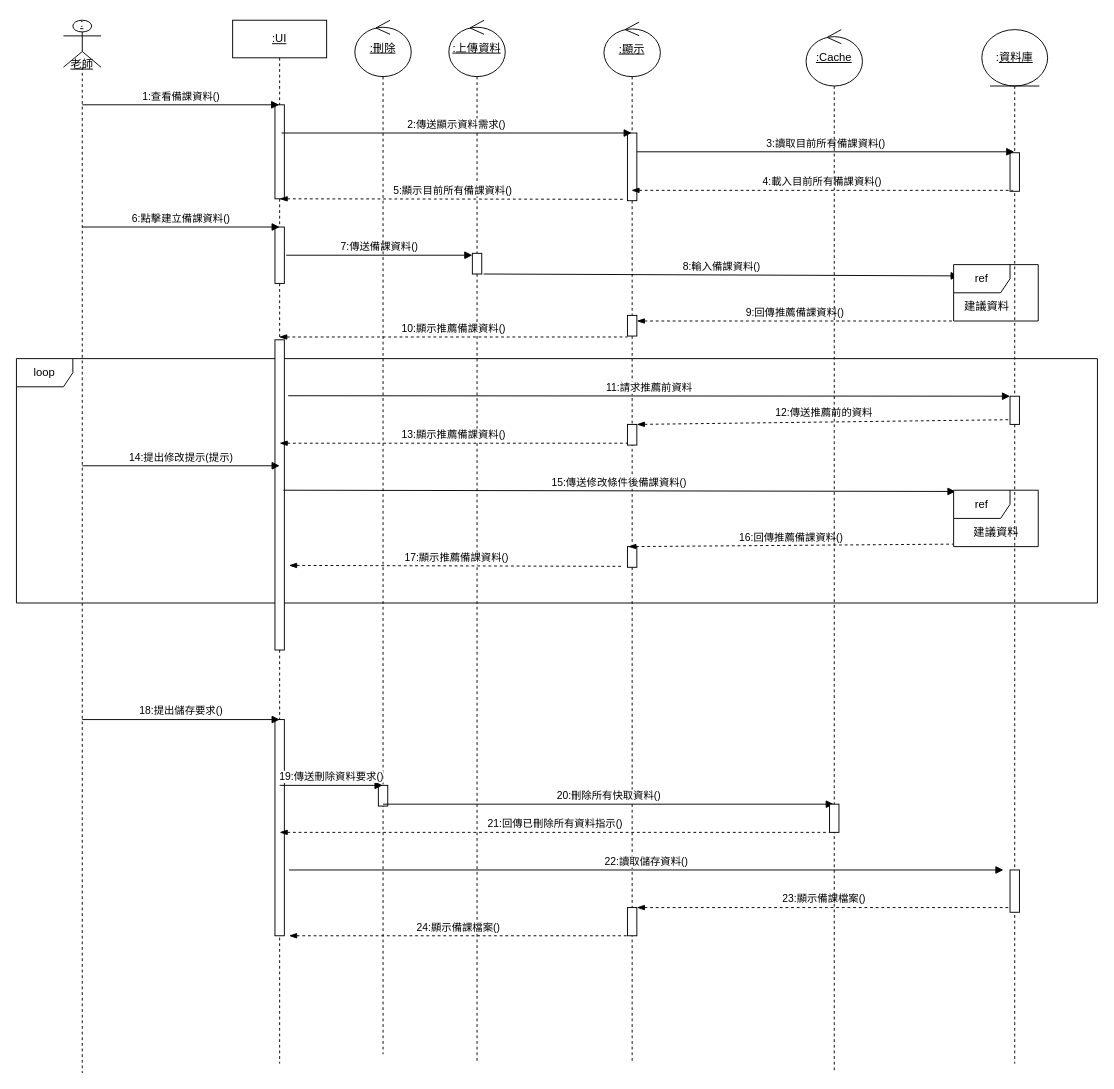
This is 循序圖(建立備課資料-AC)-new.drawio from Kevincheng0804/System-analysis, a draw.io file, before an edit. Source tidied: cells renumbered, new cells numbered last; positions are measured from the earlier drawing's top-left corner, leaving out a move shared by most shapes. Both pictures are drawn from the tidied source at 94%, with x=0, y=0 at pixel (16, 20).
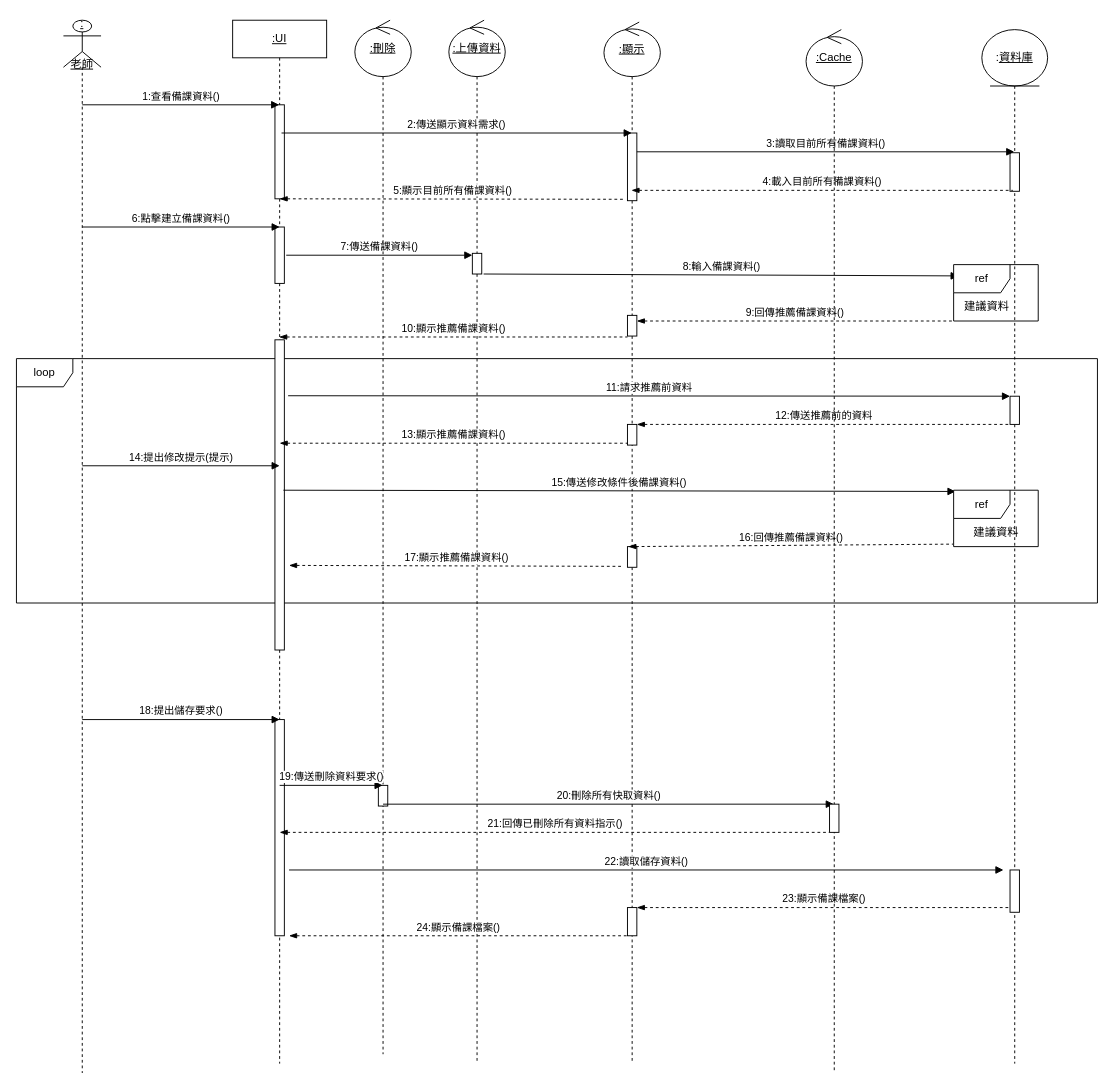
After the change.

Unchanged cells that the change refers to:
```xml
<mxCell id="20" style="html=1;points=[[0,0,0,0,5],[0,1,0,0,-5],[1,0,0,0,5],[1,1,0,0,-5]];perimeter=orthogonalPerimeter;outlineConnect=0;targetShapes=umlLifeline;portConstraint=eastwest;newEdgeStyle={&quot;curved&quot;:0,&quot;rounded&quot;:0};" parent="17" vertex="1">
  <mxGeometry x="30" y="390" width="10" height="30" as="geometry" />
</mxCell>
```

Diff of the diagram source:
```diff
@@
-    <mxCell id="34" value="12:傳送推薦前的資料" style="html=1;verticalAlign=bottom;endArrow=none;curved=0;rounded=0;dashed=1;startArrow=blockThin;startFill=1;endFill=0;entryX=0;entryY=1;entryDx=0;entryDy=-5;entryPerimeter=0;" parent="1" edge="1" target="20">
+    <mxCell id="34" value="12:傳送推薦前的資料" style="html=1;verticalAlign=bottom;endArrow=none;curved=0;rounded=0;dashed=1;startArrow=blockThin;startFill=1;endFill=0;" parent="1" edge="1" target="20">
       <mxGeometry relative="1" as="geometry">
         <mxPoint x="660" y="430" as="sourcePoint" />
       </mxGeometry>
     </mxCell>
```
